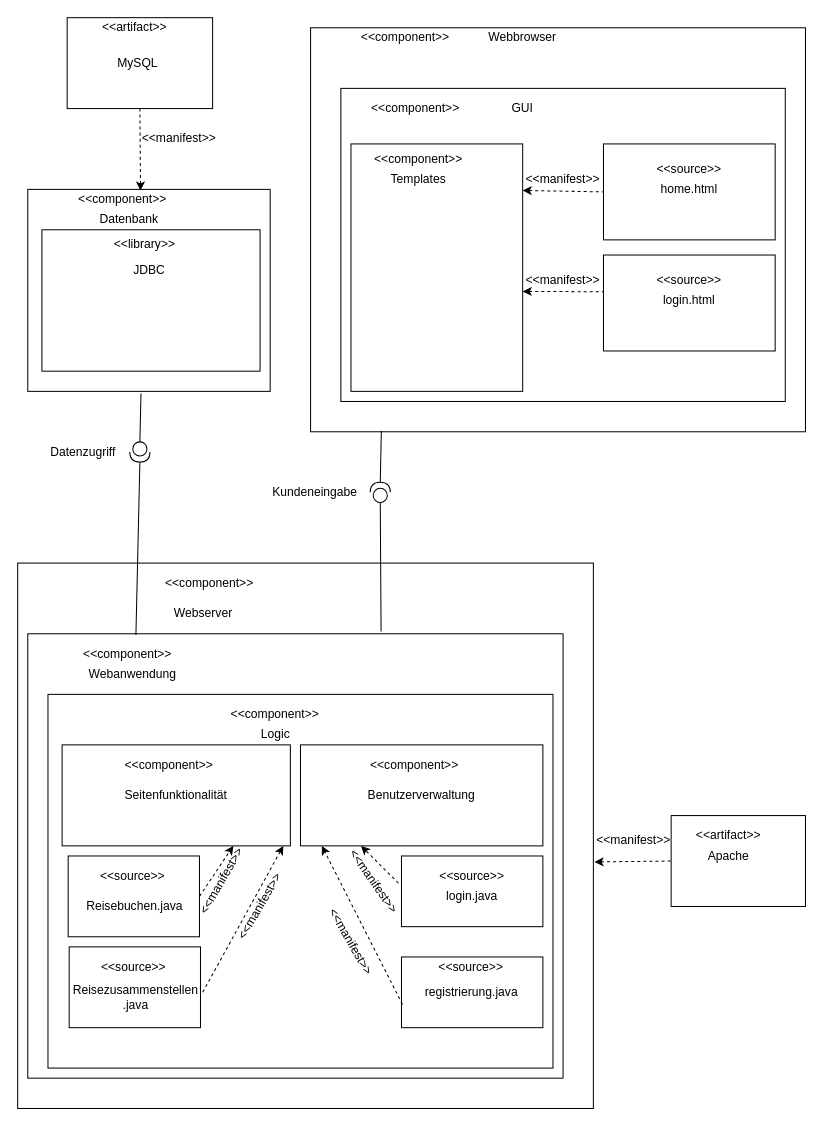
The draw.io diagram Praktikum2/SWT2Praktikum2_Aufgabe1.drawio in DingFing/TravelProject, before the edit. Source tidied: cells renumbered, new cells numbered last; positions are measured from the earlier drawing's top-left corner, leaving out a move shared by most shapes. Both pictures are drawn from the tidied source at 101%, with x=0, y=0 at pixel (17, 17).
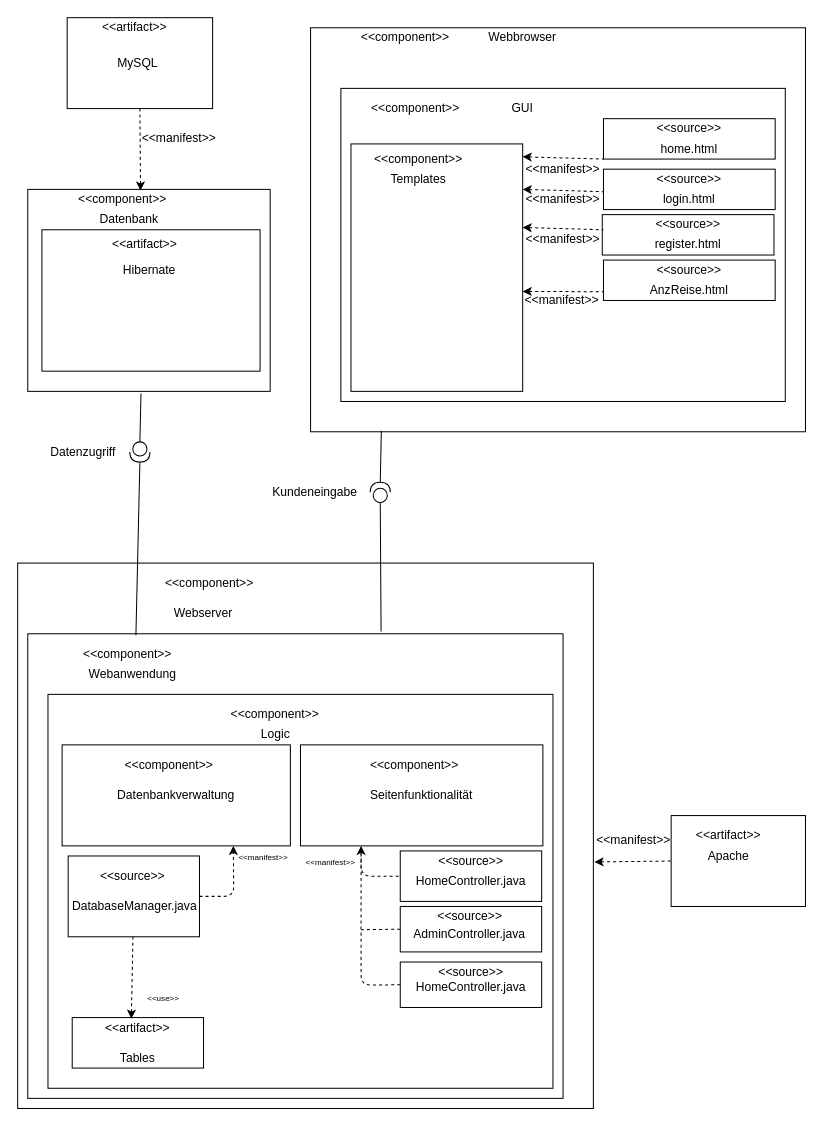
After the change.

The change refers to these unchanged cells:
```xml
<mxCell id="30" style="rounded=0;whiteSpace=wrap;html=1;" parent="1" vertex="1">
  <mxGeometry x="280" y="720" width="240" height="100" as="geometry" />
</mxCell>
<mxCell id="36" style="rounded=0;whiteSpace=wrap;html=1;" parent="1" vertex="1">
  <mxGeometry x="330" y="125" width="170" height="245" as="geometry" />
</mxCell>
<mxCell id="48" style="rounded=0;whiteSpace=wrap;html=1;" parent="1" vertex="1">
  <mxGeometry x="44" y="720" width="226" height="100" as="geometry" />
</mxCell>
<mxCell id="57" style="rounded=0;whiteSpace=wrap;html=1;" parent="1" vertex="1">
  <mxGeometry x="50" y="830" width="130" height="80" as="geometry" />
</mxCell>
```

What changed in the source:
```diff
@@
     <mxCell id="4" style="rounded=0;whiteSpace=wrap;html=1;" parent="1" vertex="1">
-      <mxGeometry x="10" y="610" width="530" height="440" as="geometry" />
+      <mxGeometry x="10" y="610" width="530" height="460" as="geometry" />
     </mxCell>
@@
     <mxCell id="27" style="rounded=0;whiteSpace=wrap;html=1;" parent="1" vertex="1">
-      <mxGeometry x="30" y="670" width="500" height="370" as="geometry" />
+      <mxGeometry x="30" y="670" width="500" height="390" as="geometry" />
     </mxCell>
@@
-    <mxCell id="32" value="Benutzerverwaltung" style="text;html=1;strokeColor=none;fillColor=none;align=center;verticalAlign=middle;whiteSpace=wrap;rounded=0;" parent="1" vertex="1">
+    <mxCell id="32" value="Seitenfunktionalität" style="text;html=1;strokeColor=none;fillColor=none;align=center;verticalAlign=middle;whiteSpace=wrap;rounded=0;" parent="1" vertex="1">
       <mxGeometry x="340" y="760" width="120" height="20" as="geometry" />
     </mxCell>
@@
     <mxCell id="39" style="rounded=0;whiteSpace=wrap;html=1;" parent="1" vertex="1">
-      <mxGeometry x="580" y="125" width="170" height="95" as="geometry" />
+      <mxGeometry x="580" y="100" width="170" height="40" as="geometry" />
     </mxCell>
     <mxCell id="40" value="&amp;lt;&amp;lt;source&amp;gt;&amp;gt;" style="text;html=1;strokeColor=none;fillColor=none;align=center;verticalAlign=middle;whiteSpace=wrap;rounded=0;" parent="1" vertex="1">
-      <mxGeometry x="620" y="140" width="90" height="20" as="geometry" />
+      <mxGeometry x="620" y="100" width="90" height="20" as="geometry" />
     </mxCell>
     <mxCell id="41" value="home.html" style="text;html=1;strokeColor=none;fillColor=none;align=center;verticalAlign=middle;whiteSpace=wrap;rounded=0;" parent="1" vertex="1">
-      <mxGeometry x="620" y="160" width="90" height="20" as="geometry" />
+      <mxGeometry x="620" y="120" width="90" height="20" as="geometry" />
     </mxCell>
-    <mxCell id="42" style="endArrow=none;html=1;exitX=1;exitY=0.188;exitDx=0;exitDy=0;entryX=0;entryY=0.5;entryDx=0;entryDy=0;dashed=1;endFill=0;startArrow=classic;startFill=1;exitPerimeter=0;" parent="1" edge="1" source="36" target="39">
+    <mxCell id="42" style="endArrow=none;html=1;exitX=1;exitY=0.052;exitDx=0;exitDy=0;entryX=0;entryY=1;entryDx=0;entryDy=0;dashed=1;endFill=0;startArrow=classic;startFill=1;exitPerimeter=0;" parent="1" edge="1" source="36" target="39">
       <mxGeometry relative="1" as="geometry" />
     </mxCell>
     <mxCell id="43" value="&amp;lt;&amp;lt;manifest&amp;gt;&amp;gt;" style="text;html=1;strokeColor=none;fillColor=none;align=center;verticalAlign=middle;whiteSpace=wrap;rounded=0;" parent="1" vertex="1">
-      <mxGeometry x="500" y="150" width="80" height="20" as="geometry" />
+      <mxGeometry x="500" y="140" width="80" height="20" as="geometry" />
     </mxCell>
@@
-    <mxCell id="45" value="&amp;lt;&amp;lt;library&amp;gt;&amp;gt;" style="text;html=1;strokeColor=none;fillColor=none;align=center;verticalAlign=middle;whiteSpace=wrap;rounded=0;" parent="1" vertex="1">
+    <mxCell id="45" value="&amp;lt;&amp;lt;artifact&amp;gt;&amp;gt;" style="text;html=1;strokeColor=none;fillColor=none;align=center;verticalAlign=middle;whiteSpace=wrap;rounded=0;" parent="1" vertex="1">
       <mxGeometry x="81" y="215" width="90" height="20" as="geometry" />
     </mxCell>
-    <mxCell id="46" value="JDBC" style="text;html=1;strokeColor=none;fillColor=none;align=center;verticalAlign=middle;whiteSpace=wrap;rounded=0;" parent="1" vertex="1">
+    <mxCell id="46" value="Hibernate" style="text;html=1;strokeColor=none;fillColor=none;align=center;verticalAlign=middle;whiteSpace=wrap;rounded=0;" parent="1" vertex="1">
       <mxGeometry x="90.5" y="240" width="79" height="20" as="geometry" />
     </mxCell>
@@
-    <mxCell id="50" value="Seitenfunktionalität" style="text;html=1;strokeColor=none;fillColor=none;align=center;verticalAlign=middle;whiteSpace=wrap;rounded=0;" parent="1" vertex="1">
+    <mxCell id="50" value="Datenbankverwaltung" style="text;html=1;strokeColor=none;fillColor=none;align=center;verticalAlign=middle;whiteSpace=wrap;rounded=0;" parent="1" vertex="1">
       <mxGeometry x="97" y="760" width="120" height="20" as="geometry" />
     </mxCell>
     <mxCell id="51" style="rounded=0;whiteSpace=wrap;html=1;" parent="1" vertex="1">
-      <mxGeometry x="380" y="830" width="140" height="70" as="geometry" />
+      <mxGeometry x="378.8" y="825" width="140" height="50" as="geometry" />
     </mxCell>
     <mxCell id="52" value="&amp;lt;&amp;lt;source&amp;gt;&amp;gt;" style="text;html=1;strokeColor=none;fillColor=none;align=center;verticalAlign=middle;whiteSpace=wrap;rounded=0;" parent="1" vertex="1">
-      <mxGeometry x="405" y="840" width="90" height="20" as="geometry" />
+      <mxGeometry x="403.8" y="825" width="90" height="20" as="geometry" />
     </mxCell>
-    <mxCell id="53" value="login.java" style="text;html=1;strokeColor=none;fillColor=none;align=center;verticalAlign=middle;whiteSpace=wrap;rounded=0;" parent="1" vertex="1">
-      <mxGeometry x="405" y="860" width="90" height="20" as="geometry" />
+    <mxCell id="53" value="HomeController.java" style="text;html=1;strokeColor=none;fillColor=none;align=center;verticalAlign=middle;whiteSpace=wrap;rounded=0;" parent="1" vertex="1">
+      <mxGeometry x="403.8" y="845" width="90" height="20" as="geometry" />
     </mxCell>
     <mxCell id="54" style="rounded=0;whiteSpace=wrap;html=1;" parent="1" vertex="1">
-      <mxGeometry x="380" y="930" width="140" height="70" as="geometry" />
+      <mxGeometry x="378.8" y="880" width="140" height="45" as="geometry" />
     </mxCell>
-    <mxCell id="55" value="registrierung.java" style="text;html=1;strokeColor=none;fillColor=none;align=center;verticalAlign=middle;whiteSpace=wrap;rounded=0;" parent="1" vertex="1">
-      <mxGeometry x="397.5" y="955" width="102.5" height="20" as="geometry" />
+    <mxCell id="55" value="AdminController.java" style="text;html=1;strokeColor=none;fillColor=none;align=center;verticalAlign=middle;whiteSpace=wrap;rounded=0;" parent="1" vertex="1">
+      <mxGeometry x="396.2" y="897.5" width="102.5" height="20" as="geometry" />
     </mxCell>
     <mxCell id="56" value="&amp;lt;&amp;lt;source&amp;gt;&amp;gt;" style="text;html=1;strokeColor=none;fillColor=none;align=center;verticalAlign=middle;whiteSpace=wrap;rounded=0;" parent="1" vertex="1">
-      <mxGeometry x="403.8" y="930" width="90" height="20" as="geometry" />
+      <mxGeometry x="402.5" y="880" width="90" height="20" as="geometry" />
     </mxCell>
@@
-    <mxCell id="59" value="Reisebuchen.java" style="text;html=1;strokeColor=none;fillColor=none;align=center;verticalAlign=middle;whiteSpace=wrap;rounded=0;" parent="1" vertex="1">
+    <mxCell id="59" value="DatabaseManager.java" style="text;html=1;strokeColor=none;fillColor=none;align=center;verticalAlign=middle;whiteSpace=wrap;rounded=0;" parent="1" vertex="1">
       <mxGeometry x="71" y="870" width="90" height="20" as="geometry" />
     </mxCell>
-    <mxCell id="60" style="rounded=0;whiteSpace=wrap;html=1;" parent="1" vertex="1">
-      <mxGeometry x="51" y="920" width="130" height="80" as="geometry" />
-    </mxCell>
-    <mxCell id="61" value="&amp;lt;&amp;lt;source&amp;gt;&amp;gt;" style="text;html=1;strokeColor=none;fillColor=none;align=center;verticalAlign=middle;whiteSpace=wrap;rounded=0;" parent="1" vertex="1">
-      <mxGeometry x="70" y="930" width="90" height="20" as="geometry" />
-    </mxCell>
-    <mxCell id="62" value="Reisezusammenstellen&lt;br&gt;.java" style="text;html=1;strokeColor=none;fillColor=none;align=center;verticalAlign=middle;whiteSpace=wrap;rounded=0;" parent="1" vertex="1">
-      <mxGeometry x="72" y="960" width="90" height="20" as="geometry" />
-    </mxCell>
     <mxCell id="63" style="endArrow=classic;dashed=1;html=1;exitX=1;exitY=0.5;exitDx=0;exitDy=0;entryX=0.75;entryY=1;entryDx=0;entryDy=0;endFill=1;" parent="1" edge="1" source="57" target="48">
-      <mxGeometry relative="1" as="geometry" />
+      <mxGeometry relative="1" as="geometry">
+        <Array as="points">
+          <mxPoint x="214" y="870" />
+        </Array>
+      </mxGeometry>
     </mxCell>
-    <mxCell id="64" style="endArrow=none;dashed=1;html=1;exitX=0.969;exitY=1;exitDx=0;exitDy=0;entryX=1.008;entryY=0.588;entryDx=0;entryDy=0;exitPerimeter=0;entryPerimeter=0;startArrow=classic;startFill=1;" parent="1" edge="1" source="48" target="60">
-      <mxGeometry relative="1" as="geometry" />
+    <mxCell id="64" style="endArrow=none;dashed=1;html=1;exitX=0.25;exitY=1;exitDx=0;exitDy=0;entryX=0;entryY=0.5;entryDx=0;entryDy=0;startArrow=classic;startFill=1;" parent="1" edge="1" source="30" target="51">
+      <mxGeometry relative="1" as="geometry">
+        <Array as="points">
+          <mxPoint x="340" y="850" />
+        </Array>
+      </mxGeometry>
     </mxCell>
-    <mxCell id="65" value="&amp;lt;&amp;lt;manifest&amp;gt;&amp;gt;" style="text;html=1;strokeColor=none;fillColor=none;align=center;verticalAlign=middle;whiteSpace=wrap;rounded=0;rotation=-60;" parent="1" vertex="1">
-      <mxGeometry x="162" y="840" width="80" height="30" as="geometry" />
+    <mxCell id="65" value="&lt;font style=&quot;font-size: 8px&quot;&gt;&amp;lt;&amp;lt;manifest&amp;gt;&amp;gt;&lt;/font&gt;" style="text;html=1;strokeColor=none;fillColor=none;align=center;verticalAlign=middle;whiteSpace=wrap;rounded=0;rotation=0;" parent="1" vertex="1">
+      <mxGeometry x="217" y="825" width="53" height="10" as="geometry" />
     </mxCell>
-    <mxCell id="66" value="&amp;lt;&amp;lt;manifest&amp;gt;&amp;gt;" style="text;html=1;strokeColor=none;fillColor=none;align=center;verticalAlign=middle;whiteSpace=wrap;rounded=0;rotation=-60;" parent="1" vertex="1">
-      <mxGeometry x="200" y="865" width="80" height="30" as="geometry" />
+    <mxCell id="66" value="&lt;font style=&quot;font-size: 8px&quot;&gt;&amp;lt;&amp;lt;manifest&amp;gt;&amp;gt;&lt;/font&gt;" style="text;html=1;strokeColor=none;fillColor=none;align=center;verticalAlign=middle;whiteSpace=wrap;rounded=0;rotation=0;" parent="1" vertex="1">
+      <mxGeometry x="290" y="827.5" width="40" height="15" as="geometry" />
     </mxCell>
-    <mxCell id="67" style="endArrow=classic;dashed=1;html=1;entryX=0.25;entryY=1;entryDx=0;entryDy=0;exitX=-0.021;exitY=0.386;exitDx=0;exitDy=0;exitPerimeter=0;startArrow=none;startFill=0;endFill=1;" parent="1" edge="1" source="51" target="30">
-      <mxGeometry relative="1" as="geometry" />
-    </mxCell>
-    <mxCell id="68" style="endArrow=classic;dashed=1;html=1;entryX=0.088;entryY=1;entryDx=0;entryDy=0;exitX=0.007;exitY=0.671;exitDx=0;exitDy=0;exitPerimeter=0;startArrow=none;startFill=0;endFill=1;entryPerimeter=0;" parent="1" edge="1" source="54" target="30">
-      <mxGeometry relative="1" as="geometry" />
-    </mxCell>
-    <mxCell id="69" value="&amp;lt;&amp;lt;manifest&amp;gt;&amp;gt;" style="text;html=1;strokeColor=none;fillColor=none;align=center;verticalAlign=middle;whiteSpace=wrap;rounded=0;rotation=55;" parent="1" vertex="1">
-      <mxGeometry x="312.5" y="840" width="80" height="30" as="geometry" />
-    </mxCell>
-    <mxCell id="70" value="&amp;lt;&amp;lt;manifest&amp;gt;&amp;gt;" style="text;html=1;strokeColor=none;fillColor=none;align=center;verticalAlign=middle;whiteSpace=wrap;rounded=0;rotation=60;" parent="1" vertex="1">
-      <mxGeometry x="290" y="900" width="80" height="30" as="geometry" />
-    </mxCell>
@@
     <mxCell id="75" style="rounded=0;whiteSpace=wrap;html=1;" parent="1" vertex="1">
-      <mxGeometry x="580" y="235" width="170" height="95" as="geometry" />
+      <mxGeometry x="580" y="150" width="170" height="40" as="geometry" />
     </mxCell>
     <mxCell id="76" value="&amp;lt;&amp;lt;source&amp;gt;&amp;gt;" style="text;html=1;strokeColor=none;fillColor=none;align=center;verticalAlign=middle;whiteSpace=wrap;rounded=0;" parent="1" vertex="1">
-      <mxGeometry x="620" y="250" width="90" height="20" as="geometry" />
+      <mxGeometry x="620" y="150" width="90" height="20" as="geometry" />
     </mxCell>
     <mxCell id="77" value="login.html" style="text;html=1;strokeColor=none;fillColor=none;align=center;verticalAlign=middle;whiteSpace=wrap;rounded=0;" parent="1" vertex="1">
-      <mxGeometry x="620" y="270" width="90" height="20" as="geometry" />
+      <mxGeometry x="620" y="170" width="90" height="20" as="geometry" />
     </mxCell>
     <mxCell id="78" value="&amp;lt;&amp;lt;manifest&amp;gt;&amp;gt;" style="text;html=1;strokeColor=none;fillColor=none;align=center;verticalAlign=middle;whiteSpace=wrap;rounded=0;" parent="1" vertex="1">
-      <mxGeometry x="500" y="250" width="80" height="20" as="geometry" />
+      <mxGeometry x="498.8" y="270" width="80" height="20" as="geometry" />
     </mxCell>
@@
+    <mxCell id="80" style="rounded=0;whiteSpace=wrap;html=1;" parent="1" vertex="1">
+      <mxGeometry x="378.8" y="935" width="140" height="45" as="geometry" />
+    </mxCell>
+    <mxCell id="81" value="&amp;lt;&amp;lt;source&amp;gt;&amp;gt;" style="text;html=1;strokeColor=none;fillColor=none;align=center;verticalAlign=middle;whiteSpace=wrap;rounded=0;" parent="1" vertex="1">
+      <mxGeometry x="403.8" y="935" width="90" height="20" as="geometry" />
+    </mxCell>
+    <mxCell id="82" value="HomeController.java" style="text;html=1;strokeColor=none;fillColor=none;align=center;verticalAlign=middle;whiteSpace=wrap;rounded=0;" parent="1" vertex="1">
+      <mxGeometry x="403.8" y="950" width="90" height="20" as="geometry" />
+    </mxCell>
+    <mxCell id="83" style="endArrow=none;dashed=1;html=1;strokeWidth=1;exitX=0;exitY=0.5;exitDx=0;exitDy=0;entryX=0.25;entryY=1;entryDx=0;entryDy=0;" parent="1" edge="1" source="80" target="30">
+      <mxGeometry relative="1" as="geometry">
+        <Array as="points">
+          <mxPoint x="340" y="958" />
+        </Array>
+      </mxGeometry>
+    </mxCell>
+    <mxCell id="84" style="endArrow=none;dashed=1;html=1;strokeWidth=1;exitX=0;exitY=0.5;exitDx=0;exitDy=0;" parent="1" edge="1" source="54">
+      <mxGeometry relative="1" as="geometry">
+        <mxPoint x="340" y="903" as="targetPoint" />
+      </mxGeometry>
+    </mxCell>
+    <mxCell id="85" value="&amp;lt;&amp;lt;artifact&amp;gt;&amp;gt;&lt;br&gt;&lt;br&gt;Tables" style="rounded=0;whiteSpace=wrap;html=1;" parent="1" vertex="1">
+      <mxGeometry x="54" y="990" width="130" height="50" as="geometry" />
+    </mxCell>
+    <mxCell id="86" style="endArrow=none;dashed=1;html=1;strokeWidth=1;exitX=0.45;exitY=0.023;exitDx=0;exitDy=0;exitPerimeter=0;endFill=0;startArrow=classic;startFill=1;" parent="1" edge="1" source="85" target="57">
+      <mxGeometry relative="1" as="geometry" />
+    </mxCell>
+    <mxCell id="87" value="&lt;font style=&quot;font-size: 8px&quot;&gt;&amp;lt;&amp;lt;use&amp;gt;&amp;gt;&lt;/font&gt;" style="text;html=1;strokeColor=none;fillColor=none;align=center;verticalAlign=middle;whiteSpace=wrap;rounded=0;rotation=0;" parent="1" vertex="1">
+      <mxGeometry x="118" y="960" width="53" height="20" as="geometry" />
+    </mxCell>
+    <mxCell id="88" style="rounded=0;whiteSpace=wrap;html=1;" parent="1" vertex="1">
+      <mxGeometry x="578.8" y="195" width="170" height="40" as="geometry" />
+    </mxCell>
+    <mxCell id="89" value="&amp;lt;&amp;lt;source&amp;gt;&amp;gt;" style="text;html=1;strokeColor=none;fillColor=none;align=center;verticalAlign=middle;whiteSpace=wrap;rounded=0;" parent="1" vertex="1">
+      <mxGeometry x="618.8" y="195" width="90" height="20" as="geometry" />
+    </mxCell>
+    <mxCell id="90" value="register.html" style="text;html=1;strokeColor=none;fillColor=none;align=center;verticalAlign=middle;whiteSpace=wrap;rounded=0;" parent="1" vertex="1">
+      <mxGeometry x="618.8" y="215" width="90" height="20" as="geometry" />
+    </mxCell>
+    <mxCell id="91" style="rounded=0;whiteSpace=wrap;html=1;" parent="1" vertex="1">
+      <mxGeometry x="580" y="240" width="170" height="40" as="geometry" />
+    </mxCell>
+    <mxCell id="92" value="&amp;lt;&amp;lt;source&amp;gt;&amp;gt;" style="text;html=1;strokeColor=none;fillColor=none;align=center;verticalAlign=middle;whiteSpace=wrap;rounded=0;" parent="1" vertex="1">
+      <mxGeometry x="620" y="240" width="90" height="20" as="geometry" />
+    </mxCell>
+    <mxCell id="93" value="AnzReise.html" style="text;html=1;strokeColor=none;fillColor=none;align=center;verticalAlign=middle;whiteSpace=wrap;rounded=0;" parent="1" vertex="1">
+      <mxGeometry x="620" y="260" width="90" height="20" as="geometry" />
+    </mxCell>
+    <mxCell id="94" style="endArrow=none;html=1;exitX=1;exitY=0.052;exitDx=0;exitDy=0;entryX=0;entryY=1;entryDx=0;entryDy=0;dashed=1;endFill=0;startArrow=classic;startFill=1;exitPerimeter=0;" parent="1" edge="1">
+      <mxGeometry relative="1" as="geometry">
+        <mxPoint x="500" y="170" as="sourcePoint" />
+        <mxPoint x="580" y="172.3" as="targetPoint" />
+      </mxGeometry>
+    </mxCell>
+    <mxCell id="95" style="endArrow=none;html=1;exitX=1;exitY=0.052;exitDx=0;exitDy=0;entryX=0;entryY=1;entryDx=0;entryDy=0;dashed=1;endFill=0;startArrow=classic;startFill=1;exitPerimeter=0;" parent="1" edge="1">
+      <mxGeometry relative="1" as="geometry">
+        <mxPoint x="500" y="207.7" as="sourcePoint" />
+        <mxPoint x="580" y="210" as="targetPoint" />
+      </mxGeometry>
+    </mxCell>
+    <mxCell id="96" value="&lt;span style=&quot;font-weight: normal&quot;&gt;&amp;lt;&amp;lt;manifest&amp;gt;&amp;gt;&lt;/span&gt;" style="text;html=1;strokeColor=none;fillColor=none;align=center;verticalAlign=middle;whiteSpace=wrap;rounded=0;fontStyle=1;" parent="1" vertex="1">
+      <mxGeometry x="500" y="170" width="80" height="20" as="geometry" />
+    </mxCell>
+    <mxCell id="97" value="&lt;span style=&quot;font-weight: normal&quot;&gt;&amp;lt;&amp;lt;manifest&amp;gt;&amp;gt;&lt;/span&gt;" style="text;html=1;strokeColor=none;fillColor=none;align=center;verticalAlign=middle;whiteSpace=wrap;rounded=0;fontStyle=1;" parent="1" vertex="1">
+      <mxGeometry x="500" y="210" width="80" height="20" as="geometry" />
+    </mxCell>
```
